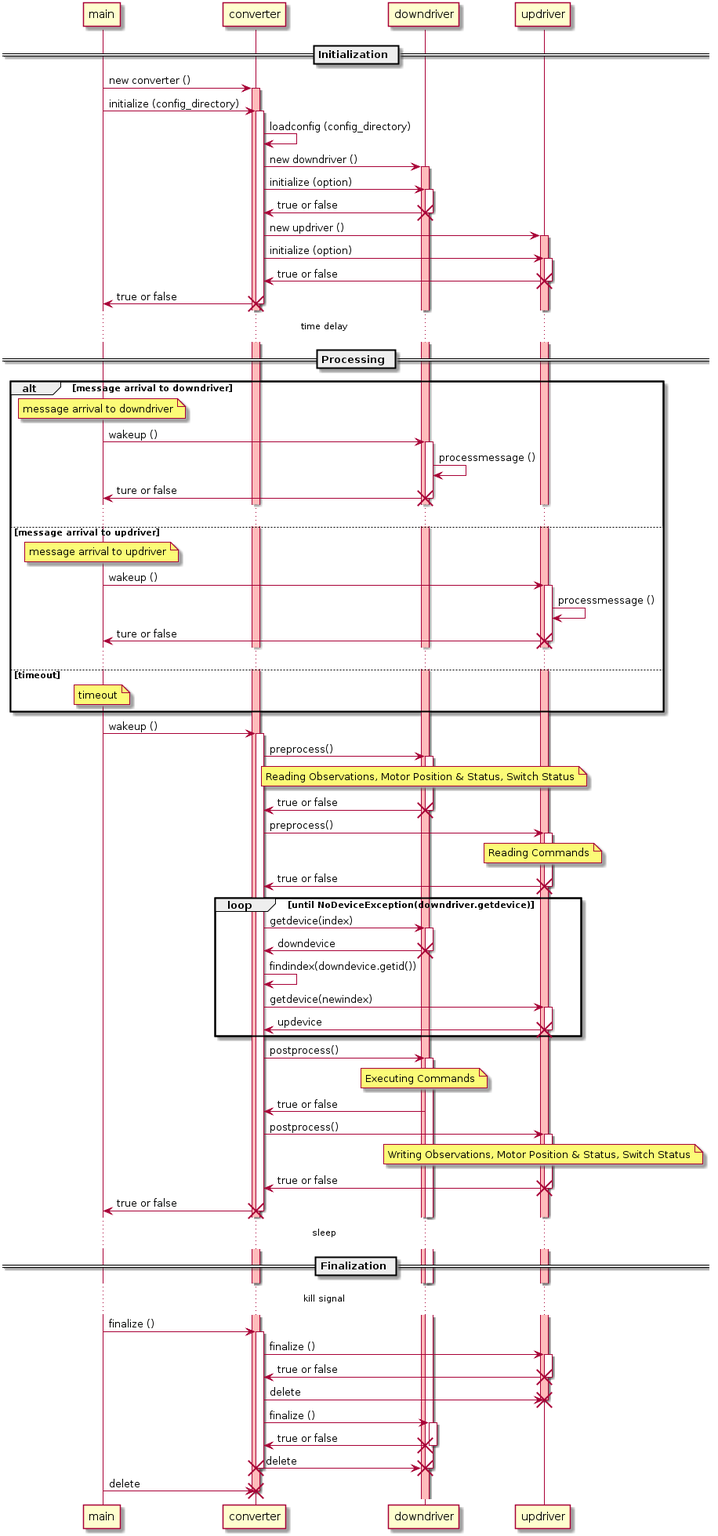
This is doc/converter_sequence.png from ebio-snu/stdcvt, a PlantUML export, as it was before one commit.
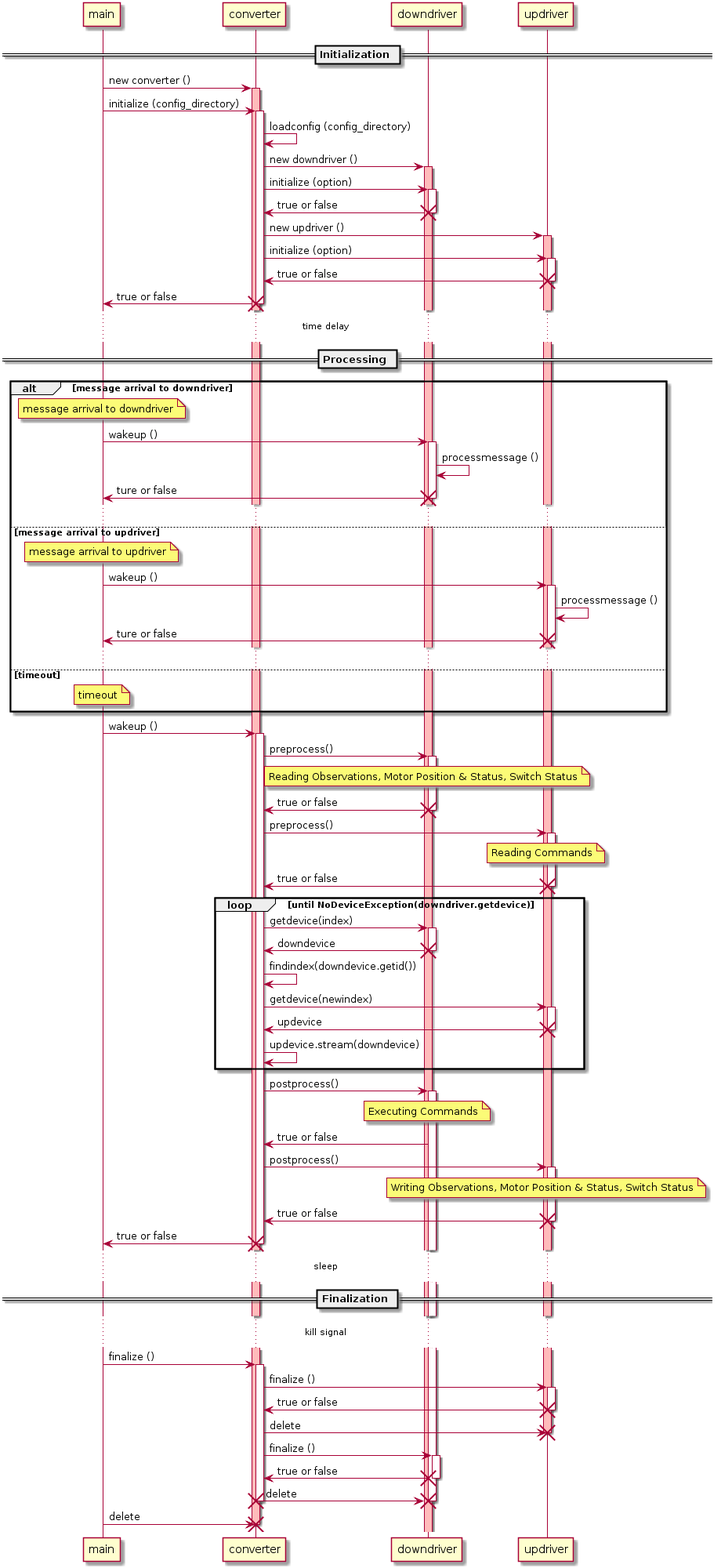
Above is the later version.

The edit, as a diff of the source:
```diff
@@ -75,6 +75,7 @@
   activate updriver
   updriver -> converter : updevice
   destroy updriver
+  converter -> converter : updevice.stream(downdevice)
 end
 
 converter -> downdriver : postprocess()
```
